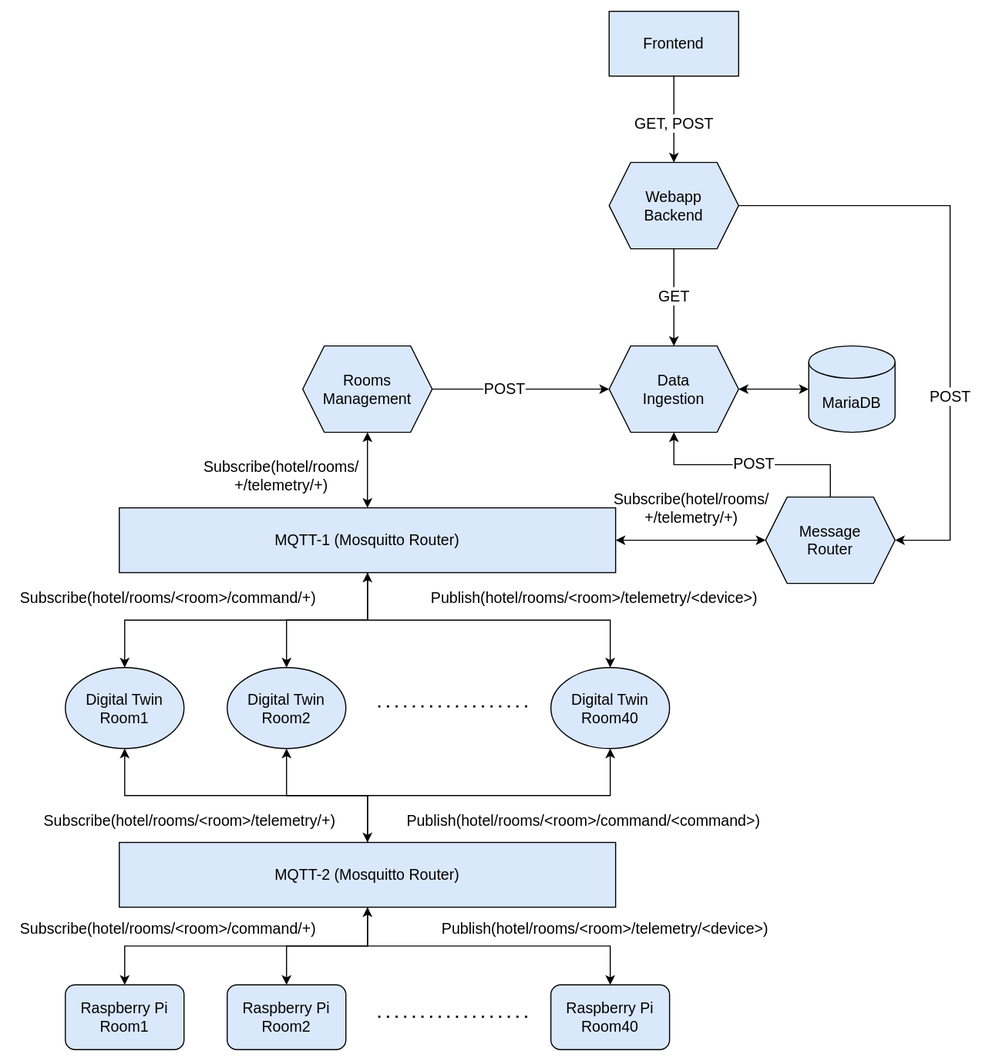
Earlier version of the draw.io export img/architecture_diagram.svg (ldcas-uc3m/OSD-FinalChallenge). Source tidied: cells renumbered, new cells last; positions are measured from the earlier drawing's top-left corner, leaving out a move shared by most shapes.
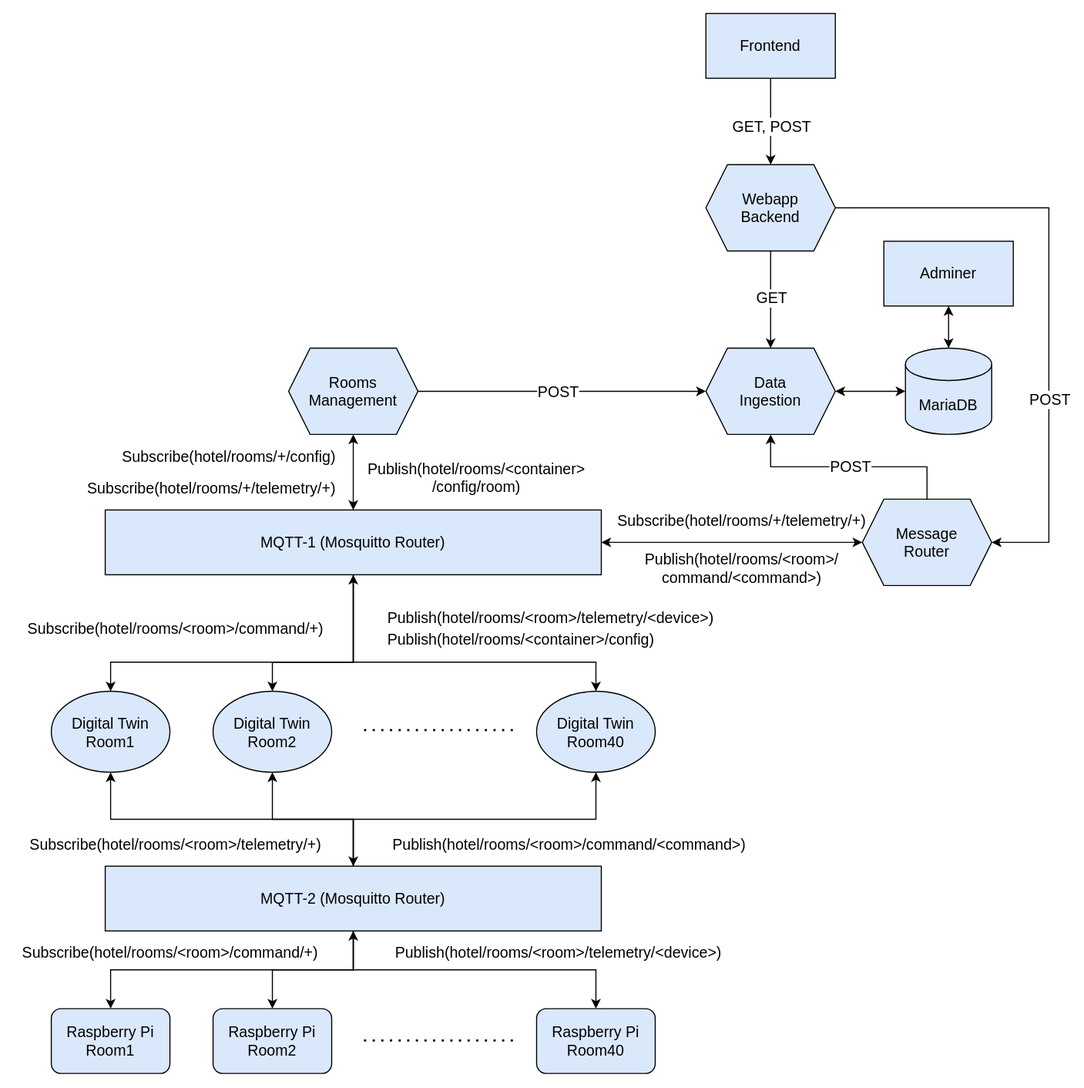
After the commit.

Diff of the diagram source:
```diff
@@ -3,13 +3,28 @@
     <mxCell id="0" />
     <mxCell id="1" parent="0" />
     <mxCell id="2" style="edgeStyle=orthogonalEdgeStyle;rounded=0;jettySize=auto;html=1;entryX=0.5;entryY=0;entryDx=0;entryDy=0;fontSize=14;startArrow=classic;startFill=1;" parent="1" edge="1" source="7" target="15">
-      <mxGeometry relative="1" as="geometry" />
+      <mxGeometry relative="1" as="geometry">
+        <Array as="points">
+          <mxPoint x="270" y="591" />
+          <mxPoint x="45" y="591" />
+        </Array>
+      </mxGeometry>
     </mxCell>
     <mxCell id="3" style="edgeStyle=orthogonalEdgeStyle;rounded=0;jettySize=auto;html=1;entryX=0.5;entryY=0;entryDx=0;entryDy=0;fontSize=14;startArrow=none;startFill=0;endArrow=classic;endFill=1;" parent="1" edge="1" source="7" target="16">
-      <mxGeometry relative="1" as="geometry" />
+      <mxGeometry relative="1" as="geometry">
+        <Array as="points">
+          <mxPoint x="270" y="591" />
+          <mxPoint x="195" y="591" />
+        </Array>
+      </mxGeometry>
     </mxCell>
     <mxCell id="4" style="edgeStyle=orthogonalEdgeStyle;rounded=0;jettySize=auto;html=1;entryX=0.5;entryY=0;entryDx=0;entryDy=0;fontSize=14;startArrow=none;startFill=0;endArrow=classic;endFill=1;" parent="1" edge="1" source="7" target="17">
-      <mxGeometry relative="1" as="geometry" />
+      <mxGeometry relative="1" as="geometry">
+        <Array as="points">
+          <mxPoint x="270" y="591" />
+          <mxPoint x="495" y="591" />
+        </Array>
+      </mxGeometry>
     </mxCell>
     <mxCell id="5" style="edgeStyle=orthogonalEdgeStyle;rounded=0;jettySize=auto;html=1;entryX=0;entryY=0.5;entryDx=0;entryDy=0;fontSize=14;startArrow=classic;startFill=1;endArrow=classic;endFill=1;" parent="1" edge="1" source="7" target="28">
       <mxGeometry relative="1" as="geometry" />
@@ -18,7 +33,7 @@
       <mxGeometry relative="1" as="geometry" />
     </mxCell>
     <mxCell id="7" value="MQTT-1 (Mosquitto Router)" style="rounded=0;whiteSpace=wrap;html=1;fillColor=#dae8fc;strokeColor=#000000;fontSize=14;" parent="1" vertex="1">
-      <mxGeometry x="100" y="460" width="460" height="60" as="geometry" />
+      <mxGeometry x="40" y="450" width="460" height="60" as="geometry" />
     </mxCell>
     <mxCell id="8" style="edgeStyle=orthogonalEdgeStyle;rounded=0;jettySize=auto;html=1;entryX=0.5;entryY=1;entryDx=0;entryDy=0;fontSize=14;startArrow=classic;startFill=1;endArrow=classic;endFill=1;" parent="1" edge="1" source="14" target="15">
       <mxGeometry relative="1" as="geometry" />
@@ -39,49 +54,49 @@
       <mxGeometry relative="1" as="geometry" />
     </mxCell>
     <mxCell id="14" value="MQTT-2 (Mosquitto Router)" style="rounded=0;whiteSpace=wrap;html=1;fillColor=#dae8fc;strokeColor=#000000;fontSize=14;" parent="1" vertex="1">
-      <mxGeometry x="100" y="770" width="460" height="60" as="geometry" />
+      <mxGeometry x="40" y="780" width="460" height="60" as="geometry" />
     </mxCell>
     <mxCell id="15" value="Digital Twin&lt;br&gt;Room1" style="ellipse;whiteSpace=wrap;html=1;fontSize=14;strokeColor=#000000;fillColor=#dae8fc;" parent="1" vertex="1">
-      <mxGeometry x="50" y="608" width="110" height="75" as="geometry" />
+      <mxGeometry x="-10" y="618" width="110" height="75" as="geometry" />
     </mxCell>
     <mxCell id="16" value="Digital Twin&lt;br&gt;Room2" style="ellipse;whiteSpace=wrap;html=1;fontSize=14;strokeColor=#000000;fillColor=#dae8fc;" parent="1" vertex="1">
-      <mxGeometry x="200" y="608" width="110" height="75" as="geometry" />
+      <mxGeometry x="140" y="618" width="110" height="75" as="geometry" />
     </mxCell>
     <mxCell id="17" value="Digital Twin&lt;br&gt;Room40" style="ellipse;whiteSpace=wrap;html=1;fontSize=14;strokeColor=#000000;fillColor=#dae8fc;" parent="1" vertex="1">
-      <mxGeometry x="500" y="608" width="110" height="75" as="geometry" />
+      <mxGeometry x="440" y="618" width="110" height="75" as="geometry" />
     </mxCell>
     <mxCell id="18" style="endArrow=none;dashed=1;html=1;dashPattern=1 3;strokeWidth=2;rounded=0;fontSize=14;" parent="1" edge="1">
       <mxGeometry relative="1" as="geometry">
-        <mxPoint x="340" y="644" as="sourcePoint" />
-        <mxPoint x="480" y="644" as="targetPoint" />
+        <mxPoint x="280" y="654" as="sourcePoint" />
+        <mxPoint x="420" y="654" as="targetPoint" />
       </mxGeometry>
     </mxCell>
     <mxCell id="19" value="Subscribe(hotel/rooms/&amp;lt;room&amp;gt;/command/+)" style="text;html=1;align=center;verticalAlign=middle;strokeColor=none;fillColor=none;fontSize=14;labelBackgroundColor=none;labelBorderColor=none;" parent="1" vertex="1">
-      <mxGeometry y="534" width="290" height="20" as="geometry" />
+      <mxGeometry x="-40" y="550" width="290" height="20" as="geometry" />
     </mxCell>
-    <mxCell id="20" value="Publish(hotel/rooms/&amp;lt;room&amp;gt;/telemetry/&amp;lt;device&amp;gt;)" style="text;html=1;align=center;verticalAlign=middle;strokeColor=none;fillColor=none;fontSize=14;" parent="1" vertex="1">
-      <mxGeometry x="380" y="534" width="320" height="20" as="geometry" />
+    <mxCell id="20" value="Publish(hotel/rooms/&amp;lt;room&amp;gt;/telemetry/&amp;lt;device&amp;gt;)" style="text;html=1;align=left;verticalAlign=middle;strokeColor=none;fillColor=none;fontSize=14;" parent="1" vertex="1">
+      <mxGeometry x="300" y="540" width="320" height="20" as="geometry" />
     </mxCell>
     <mxCell id="21" value="Publish(hotel/rooms/&amp;lt;room&amp;gt;/command/&amp;lt;command&amp;gt;)" style="text;html=1;align=center;verticalAlign=middle;strokeColor=none;fillColor=none;fontSize=14;" parent="1" vertex="1">
-      <mxGeometry x="360" y="740" width="340" height="20" as="geometry" />
+      <mxGeometry x="300" y="750" width="340" height="20" as="geometry" />
     </mxCell>
     <mxCell id="22" value="Subscribe(hotel/rooms/&amp;lt;room&amp;gt;/telemetry/+)" style="text;html=1;align=center;verticalAlign=middle;strokeColor=none;fillColor=none;fontSize=14;" parent="1" vertex="1">
-      <mxGeometry x="20" y="740" width="290" height="20" as="geometry" />
+      <mxGeometry x="-40" y="750" width="290" height="20" as="geometry" />
     </mxCell>
     <mxCell id="23" value="Raspberry Pi&lt;br&gt;Room1" style="rounded=1;whiteSpace=wrap;html=1;fontSize=14;strokeColor=#000000;fillColor=#dae8fc;" parent="1" vertex="1">
-      <mxGeometry x="50" y="902" width="110" height="60" as="geometry" />
+      <mxGeometry x="-10" y="912" width="110" height="60" as="geometry" />
     </mxCell>
     <mxCell id="24" value="Publish(hotel/rooms/&amp;lt;room&amp;gt;/telemetry/&amp;lt;device&amp;gt;)" style="text;html=1;align=center;verticalAlign=middle;strokeColor=none;fillColor=none;fontSize=14;" parent="1" vertex="1">
-      <mxGeometry x="390" y="840" width="320" height="20" as="geometry" />
+      <mxGeometry x="300" y="850" width="320" height="20" as="geometry" />
     </mxCell>
     <mxCell id="25" value="Subscribe(hotel/rooms/&amp;lt;room&amp;gt;/command/+)" style="text;html=1;align=center;verticalAlign=middle;strokeColor=none;fillColor=none;fontSize=14;" parent="1" vertex="1">
-      <mxGeometry y="840" width="290" height="20" as="geometry" />
+      <mxGeometry x="-45" y="850" width="290" height="20" as="geometry" />
     </mxCell>
     <mxCell id="26" style="edgeStyle=orthogonalEdgeStyle;rounded=0;jettySize=auto;html=1;fontSize=14;startArrow=none;startFill=0;endArrow=classic;endFill=1;entryX=0.5;entryY=1;entryDx=0;entryDy=0;exitX=0.5;exitY=0;exitDx=0;exitDy=0;" parent="1" edge="1" source="28" target="35">
       <mxGeometry relative="1" as="geometry">
         <Array as="points">
-          <mxPoint x="759" y="420" />
-          <mxPoint x="614" y="420" />
+          <mxPoint x="699" y="410" />
+          <mxPoint x="554" y="410" />
         </Array>
       </mxGeometry>
     </mxCell>
@@ -91,18 +106,18 @@
       </mxGeometry>
     </mxCell>
     <mxCell id="28" value="Message&lt;br&gt;Router" style="shape=hexagon;perimeter=hexagonPerimeter2;whiteSpace=wrap;html=1;fixedSize=1;fontSize=14;strokeColor=#000000;fillColor=#dae8fc;" parent="1" vertex="1">
-      <mxGeometry x="699" y="450" width="120" height="80" as="geometry" />
+      <mxGeometry x="742" y="440" width="120" height="80" as="geometry" />
     </mxCell>
     <mxCell id="29" style="edgeStyle=orthogonalEdgeStyle;rounded=0;jettySize=auto;html=1;entryX=0;entryY=0.5;entryDx=0;entryDy=0;fontSize=14;startArrow=none;startFill=0;endArrow=classic;endFill=1;" parent="1" edge="1" source="31" target="35">
       <mxGeometry relative="1" as="geometry" />
     </mxCell>
     <mxCell id="30" value="POST" style="edgeLabel;html=1;align=center;verticalAlign=middle;fontSize=14;" parent="29" vertex="1">
       <mxGeometry x="-0.63" y="2" relative="1" as="geometry">
-        <mxPoint x="37" y="2" as="offset" />
+        <mxPoint x="81" y="2" as="offset" />
       </mxGeometry>
     </mxCell>
     <mxCell id="31" value="Rooms&lt;br&gt;Management" style="shape=hexagon;perimeter=hexagonPerimeter2;whiteSpace=wrap;html=1;fixedSize=1;fontSize=14;strokeColor=#000000;fillColor=#dae8fc;" parent="1" vertex="1">
-      <mxGeometry x="270" y="310" width="120" height="80" as="geometry" />
+      <mxGeometry x="210" y="300" width="120" height="80" as="geometry" />
     </mxCell>
     <mxCell id="32" style="edgeStyle=orthogonalEdgeStyle;rounded=0;jettySize=auto;html=1;entryX=0.5;entryY=1;entryDx=0;entryDy=0;fontSize=14;startArrow=classic;startFill=1;endArrow=none;endFill=0;" parent="1" edge="1" source="35" target="38">
       <mxGeometry relative="1" as="geometry" />
@@ -116,13 +131,13 @@
       <mxGeometry relative="1" as="geometry" />
     </mxCell>
     <mxCell id="35" value="Data&lt;br&gt;Ingestion" style="shape=hexagon;perimeter=hexagonPerimeter2;whiteSpace=wrap;html=1;fixedSize=1;fontSize=14;strokeColor=#000000;fillColor=#dae8fc;" parent="1" vertex="1">
-      <mxGeometry x="554" y="310" width="120" height="80" as="geometry" />
+      <mxGeometry x="597" y="300" width="120" height="80" as="geometry" />
     </mxCell>
     <mxCell id="36" style="edgeStyle=orthogonalEdgeStyle;rounded=0;jettySize=auto;html=1;entryX=1;entryY=0.5;entryDx=0;entryDy=0;fontSize=14;startArrow=none;startFill=0;endArrow=classic;endFill=1;exitX=1;exitY=0.5;exitDx=0;exitDy=0;" parent="1" edge="1" source="38" target="28">
       <mxGeometry relative="1" as="geometry">
         <Array as="points">
-          <mxPoint x="870" y="180" />
-          <mxPoint x="870" y="490" />
+          <mxPoint x="915" y="170" />
+          <mxPoint x="915" y="480" />
         </Array>
       </mxGeometry>
     </mxCell>
@@ -130,10 +145,10 @@
       <mxGeometry x="0.34" relative="1" as="geometry" />
     </mxCell>
     <mxCell id="38" value="Webapp&lt;br&gt;Backend" style="shape=hexagon;perimeter=hexagonPerimeter2;whiteSpace=wrap;html=1;fixedSize=1;fontSize=14;strokeColor=#000000;fillColor=#dae8fc;" parent="1" vertex="1">
-      <mxGeometry x="554" y="140" width="120" height="80" as="geometry" />
+      <mxGeometry x="597" y="130" width="120" height="80" as="geometry" />
     </mxCell>
     <mxCell id="39" value="MariaDB" style="shape=cylinder3;whiteSpace=wrap;html=1;boundedLbl=1;backgroundOutline=1;size=15;fontSize=14;strokeColor=#000000;fillColor=#dae8fc;" parent="1" vertex="1">
-      <mxGeometry x="739" y="310" width="80" height="80" as="geometry" />
+      <mxGeometry x="782" y="300" width="80" height="80" as="geometry" />
     </mxCell>
     <mxCell id="40" style="edgeStyle=orthogonalEdgeStyle;rounded=0;jettySize=auto;html=1;entryX=0.5;entryY=0;entryDx=0;entryDy=0;fontSize=14;startArrow=none;startFill=0;endArrow=classic;endFill=1;" parent="1" edge="1" source="42" target="38">
       <mxGeometry relative="1" as="geometry" />
@@ -144,25 +159,43 @@
       </mxGeometry>
     </mxCell>
     <mxCell id="42" value="Frontend" style="rounded=0;whiteSpace=wrap;html=1;fontSize=14;strokeColor=#000000;fillColor=#dae8fc;" parent="1" vertex="1">
-      <mxGeometry x="554" width="120" height="60" as="geometry" />
+      <mxGeometry x="597" y="-10" width="120" height="60" as="geometry" />
     </mxCell>
-    <mxCell id="43" value="Subscribe(hotel/rooms/&lt;br&gt;+/telemetry/+)" style="text;html=1;align=center;verticalAlign=middle;strokeColor=none;fillColor=none;fontSize=14;" parent="1" vertex="1">
-      <mxGeometry x="550" y="440" width="160" height="40" as="geometry" />
+    <mxCell id="43" value="Subscribe(hotel/rooms/+/telemetry/+)" style="text;html=1;align=center;verticalAlign=middle;strokeColor=none;fillColor=none;fontSize=14;" parent="1" vertex="1">
+      <mxGeometry x="505" y="450" width="250" height="20" as="geometry" />
     </mxCell>
-    <mxCell id="44" value="Subscribe(hotel/rooms/&lt;br&gt;+/telemetry/+)" style="text;html=1;align=center;verticalAlign=middle;strokeColor=none;fillColor=none;fontSize=14;" parent="1" vertex="1">
-      <mxGeometry x="170" y="410" width="160" height="40" as="geometry" />
+    <mxCell id="44" value="Subscribe(hotel/rooms/+/telemetry/+)" style="text;html=1;align=right;verticalAlign=middle;strokeColor=none;fillColor=none;fontSize=14;" parent="1" vertex="1">
+      <mxGeometry x="5" y="420" width="250" height="20" as="geometry" />
     </mxCell>
     <mxCell id="45" value="Raspberry Pi&lt;br&gt;Room2" style="rounded=1;whiteSpace=wrap;html=1;fontSize=14;strokeColor=#000000;fillColor=#dae8fc;" parent="1" vertex="1">
-      <mxGeometry x="200" y="902" width="110" height="60" as="geometry" />
+      <mxGeometry x="140" y="912" width="110" height="60" as="geometry" />
     </mxCell>
     <mxCell id="46" value="Raspberry Pi&lt;br&gt;Room40" style="rounded=1;whiteSpace=wrap;html=1;fontSize=14;strokeColor=#000000;fillColor=#dae8fc;" parent="1" vertex="1">
-      <mxGeometry x="500" y="902" width="110" height="60" as="geometry" />
+      <mxGeometry x="440" y="912" width="110" height="60" as="geometry" />
     </mxCell>
     <mxCell id="47" style="endArrow=none;dashed=1;html=1;dashPattern=1 3;strokeWidth=2;rounded=0;fontSize=14;" parent="1" edge="1">
       <mxGeometry relative="1" as="geometry">
-        <mxPoint x="340" y="931.5" as="sourcePoint" />
-        <mxPoint x="480" y="931.5" as="targetPoint" />
+        <mxPoint x="280" y="941.5" as="sourcePoint" />
+        <mxPoint x="420" y="941.5" as="targetPoint" />
       </mxGeometry>
     </mxCell>
+    <mxCell id="48" value="Subscribe(hotel/rooms/+/config)" style="text;html=1;align=right;verticalAlign=middle;strokeColor=none;fillColor=none;fontSize=14;" parent="1" vertex="1">
+      <mxGeometry x="45" y="391" width="210" height="20" as="geometry" />
+    </mxCell>
+    <mxCell id="49" value="Publish(hotel/rooms/&amp;lt;container&amp;gt;&lt;br&gt;/config/room)" style="text;html=1;align=center;verticalAlign=middle;strokeColor=none;fillColor=none;fontSize=14;" parent="1" vertex="1">
+      <mxGeometry x="274" y="400" width="220" height="40" as="geometry" />
+    </mxCell>
+    <mxCell id="50" value="Publish(hotel/rooms/&amp;lt;container&amp;gt;/config)" style="text;html=1;align=left;verticalAlign=middle;strokeColor=none;fillColor=none;fontSize=14;" parent="1" vertex="1">
+      <mxGeometry x="300" y="560" width="260" height="20" as="geometry" />
+    </mxCell>
+    <mxCell id="51" value="Publish(hotel/rooms/&amp;lt;room&amp;gt;/&lt;br&gt;command/&amp;lt;command&amp;gt;)" style="text;html=1;align=center;verticalAlign=middle;strokeColor=none;fillColor=none;fontSize=14;" parent="1" vertex="1">
+      <mxGeometry x="530" y="484" width="200" height="40" as="geometry" />
+    </mxCell>
+    <mxCell id="52" style="edgeStyle=orthogonalEdgeStyle;rounded=0;jettySize=auto;html=1;entryX=0.5;entryY=0;entryDx=0;entryDy=0;entryPerimeter=0;startArrow=classic;startFill=1;" parent="1" edge="1" source="53" target="39">
+      <mxGeometry relative="1" as="geometry" />
+    </mxCell>
+    <mxCell id="53" value="Adminer" style="rounded=0;whiteSpace=wrap;html=1;fontSize=14;strokeColor=#000000;fillColor=#dae8fc;" parent="1" vertex="1">
+      <mxGeometry x="762" y="201" width="120" height="60" as="geometry" />
+    </mxCell>
   </root>
 </mxGraphModel>
```
